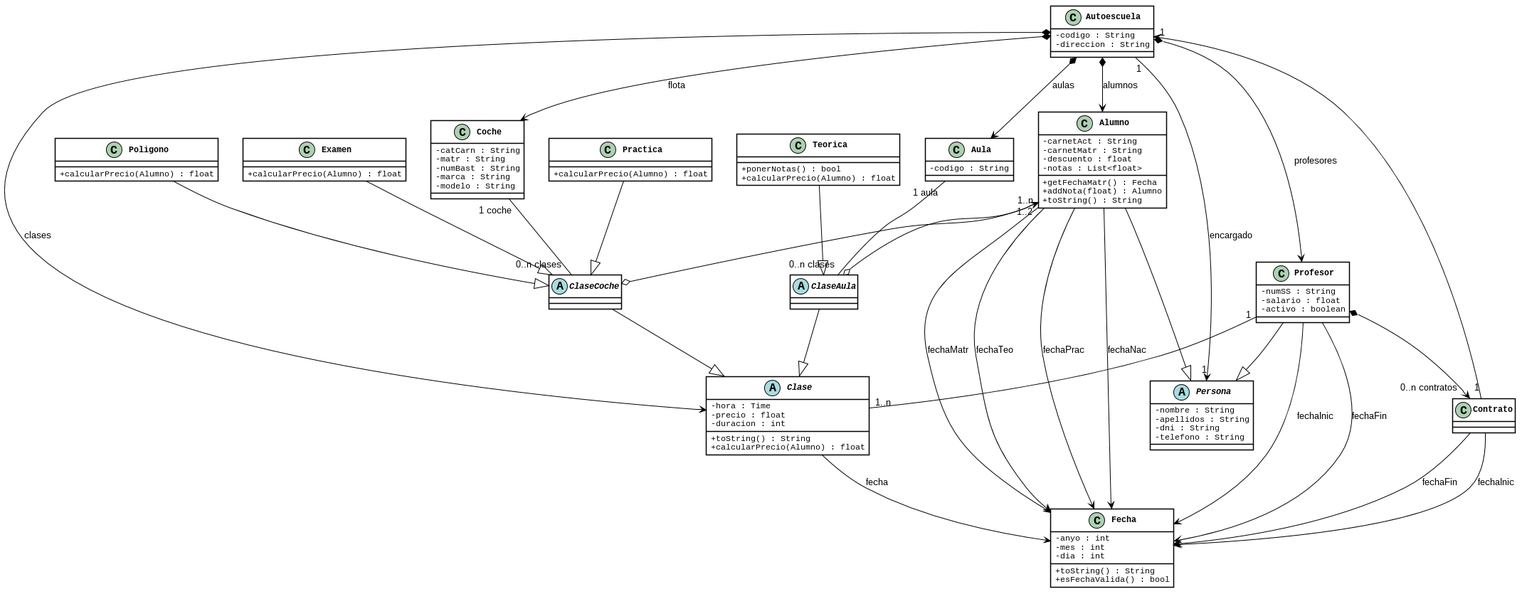
Earlier version of the PlantUML export 2P/ejercicio2.png (Lletfrix/Analisis_y_Dise-o_de_Software_2017_2018).
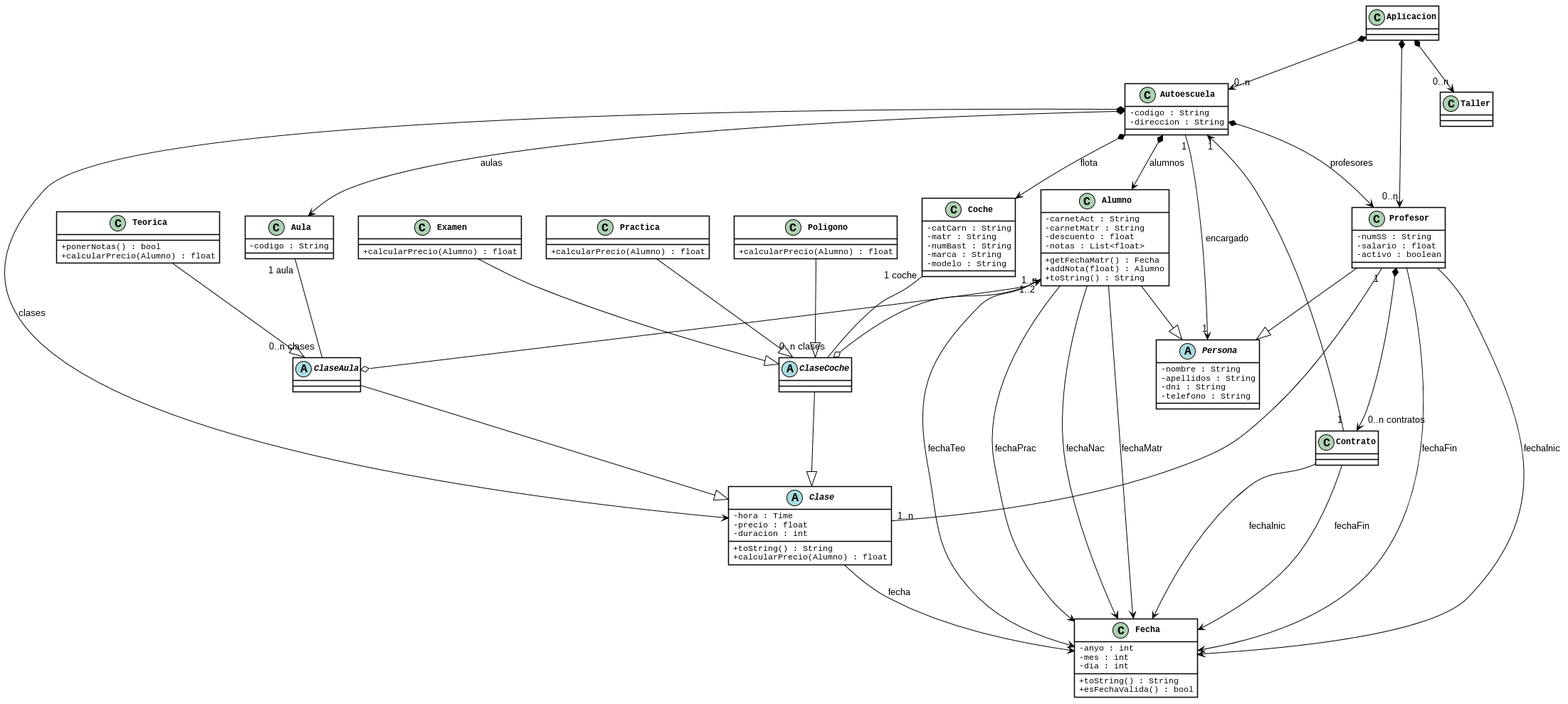
After the commit.

Change to the diagram source:
```diff
@@ -39,8 +39,8 @@
 
 }
 
-class Teorica{
-  + ponerNotas() : bool
+    class Teorica{
+      + ponerNotas() : bool
   + calcularPrecio(Alumno) : float
 }
 
@@ -143,4 +143,11 @@
 Contrato "1" --> "1" Autoescuela
 Profesor *--> "0..n contratos" Contrato
 
+class Aplicacion{
+}
+
+Aplicacion *--> "0..n" Autoescuela
+Aplicacion *--> "0..n" Profesor
+Aplicacion *--> "0..n" Taller
+
 @enduml
```
